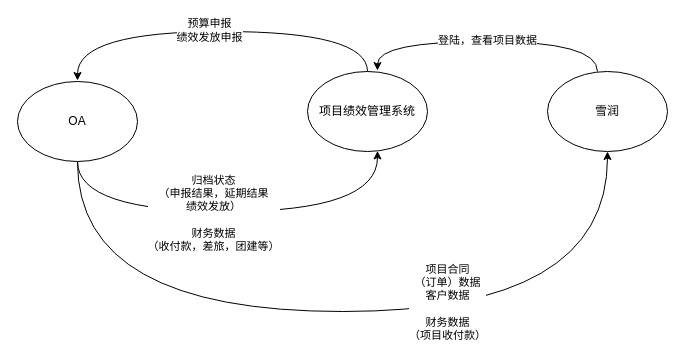
Above: page "Page-2" (2 of 5) of shrine-doc/项目绩效总体流程.drawio in easefulfil/CLOUDCARE (draw.io), before the change. Source tidied: cells renumbered, new cells numbered last; positions are measured from the earlier drawing's top-left corner, leaving out a move shared by most shapes. Both pictures are drawn from the tidied source at 100%, with x=0, y=0 at pixel (17, 31).
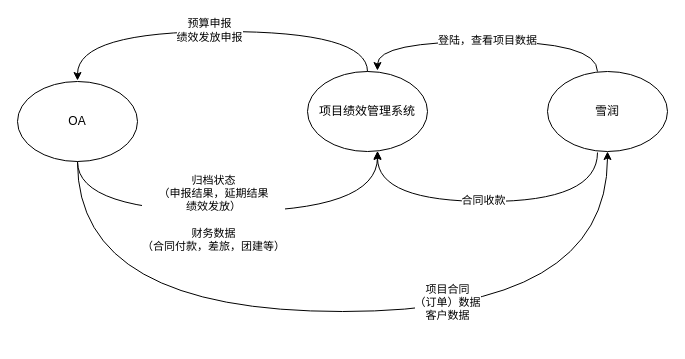
The same page after the edit.

The change refers to these unchanged cells:
```xml
<mxCell id="4" style="curved=1;endArrow=classic;html=1;rounded=0;edgeStyle=orthogonalEdgeStyle;exitX=0.5;exitY=1;exitDx=0;exitDy=0;" parent="1" edge="1" source="2" target="3">
  <mxGeometry relative="1" as="geometry">
    <Array as="points">
      <mxPoint x="60" y="180" />
      <mxPoint x="360" y="180" />
    </Array>
  </mxGeometry>
</mxCell>
<mxCell id="9" style="curved=1;endArrow=classic;html=1;rounded=0;edgeStyle=orthogonalEdgeStyle;exitX=0.5;exitY=1;exitDx=0;exitDy=0;" parent="1" edge="1">
  <mxGeometry relative="1" as="geometry">
    <mxPoint x="60" y="130.6" as="sourcePoint" />
    <mxPoint x="590" y="120" as="targetPoint" />
    <Array as="points">
      <mxPoint x="60" y="280" />
      <mxPoint x="590" y="280" />
    </Array>
  </mxGeometry>
</mxCell>
```

Diff of the diagram source:
```diff
@@
-    <mxCell id="5" value="归档状态&lt;br&gt;（申报结果，延期结果&lt;br&gt;绩效发放）&lt;br&gt;&lt;br&gt;财务数据 &lt;br&gt;（收付款，差旅，团建等）" style="edgeLabel;html=1;align=center;verticalAlign=middle;" parent="4" vertex="1">
+    <mxCell id="5" value="归档状态&lt;br&gt;（申报结果，延期结果&lt;br&gt;绩效发放）&lt;br&gt;&lt;br&gt;财务数据 &lt;br&gt;（合同付款，差旅，团建等）" style="edgeLabel;html=1;align=center;verticalAlign=middle;" parent="4" vertex="1">
       <mxGeometry x="-0.1" y="-1" relative="1" as="geometry" />
     </mxCell>
@@
-    <mxCell id="10" value="项目合同&lt;br&gt;（订单）数据&lt;br&gt;客户数据&lt;br&gt;&lt;br&gt;财务数据 &lt;br&gt;（项目收付款）" style="edgeLabel;html=1;align=center;verticalAlign=middle;" parent="9" vertex="1">
+    <mxCell id="10" value="项目合同&lt;br&gt;（订单）数据&lt;br&gt;客户数据" style="edgeLabel;html=1;align=center;verticalAlign=middle;" parent="9" vertex="1">
       <mxGeometry x="-0.1" y="-1" relative="1" as="geometry">
         <mxPoint x="141" y="-11" as="offset" />
       </mxGeometry>
     </mxCell>
@@
+    <mxCell id="13" style="curved=1;endArrow=classic;html=1;rounded=0;edgeStyle=orthogonalEdgeStyle;entryX=0.583;entryY=-0.012;entryDx=0;entryDy=0;entryPerimeter=0;" parent="1" edge="1">
+      <mxGeometry relative="1" as="geometry">
+        <mxPoint x="580" y="121" as="sourcePoint" />
+        <mxPoint x="360" y="120" as="targetPoint" />
+        <Array as="points">
+          <mxPoint x="580" y="170" />
+          <mxPoint x="360" y="170" />
+        </Array>
+      </mxGeometry>
+    </mxCell>
+    <mxCell id="14" value="合同收款" style="edgeLabel;html=1;align=center;verticalAlign=middle;" parent="13" vertex="1">
+      <mxGeometry x="0.16" y="-2" relative="1" as="geometry">
+        <mxPoint x="21" as="offset" />
+      </mxGeometry>
+    </mxCell>
```
